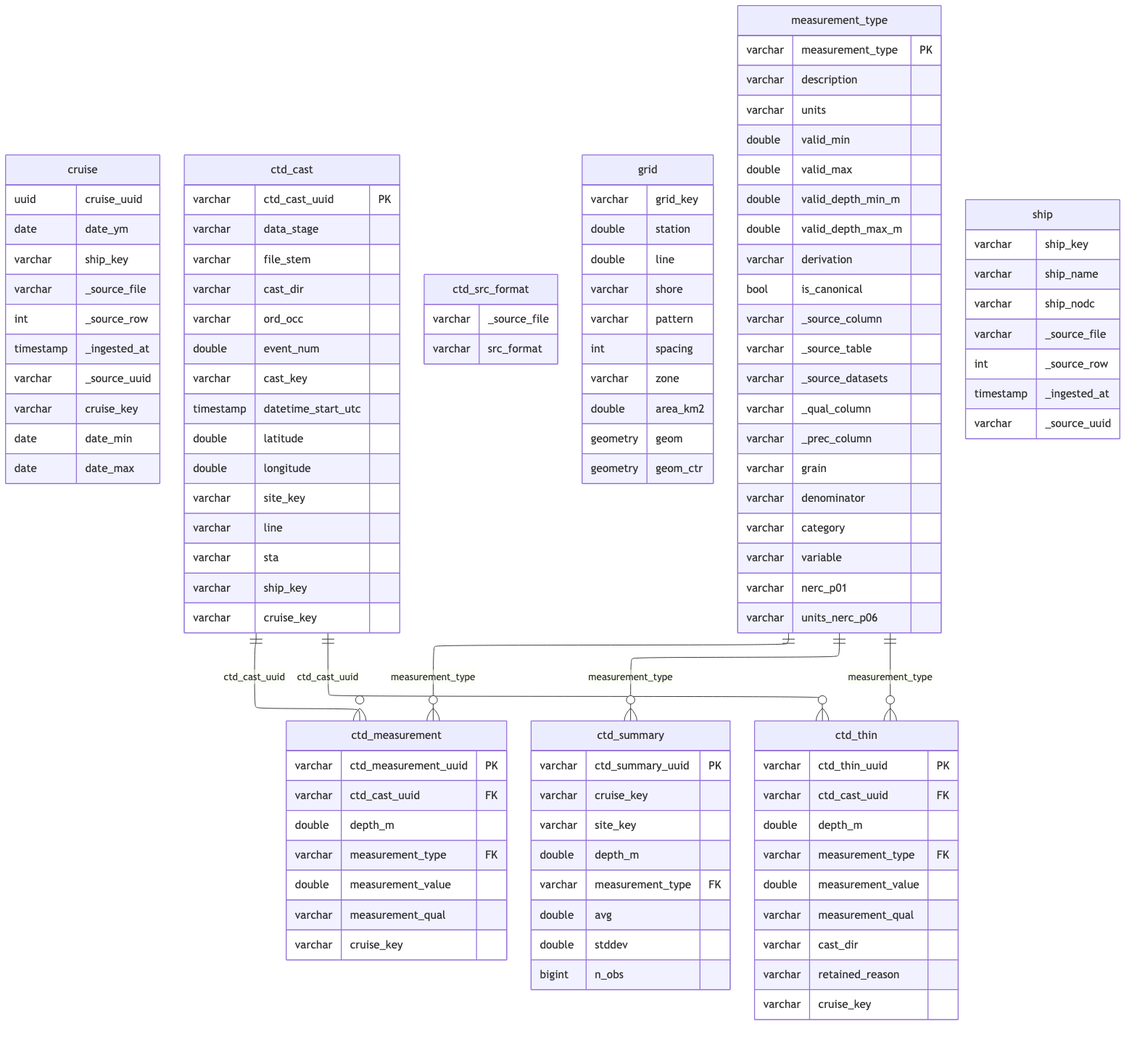
The Mermaid diagram _output/ingest_calcofi_ctd-cast_files/figure-html/schema-1.png in CalCOFI/workflows, before a commit. Its source is kept beside it as _output/ingest_calcofi_ctd-cast_files/figure-html/schema-1.mmd.
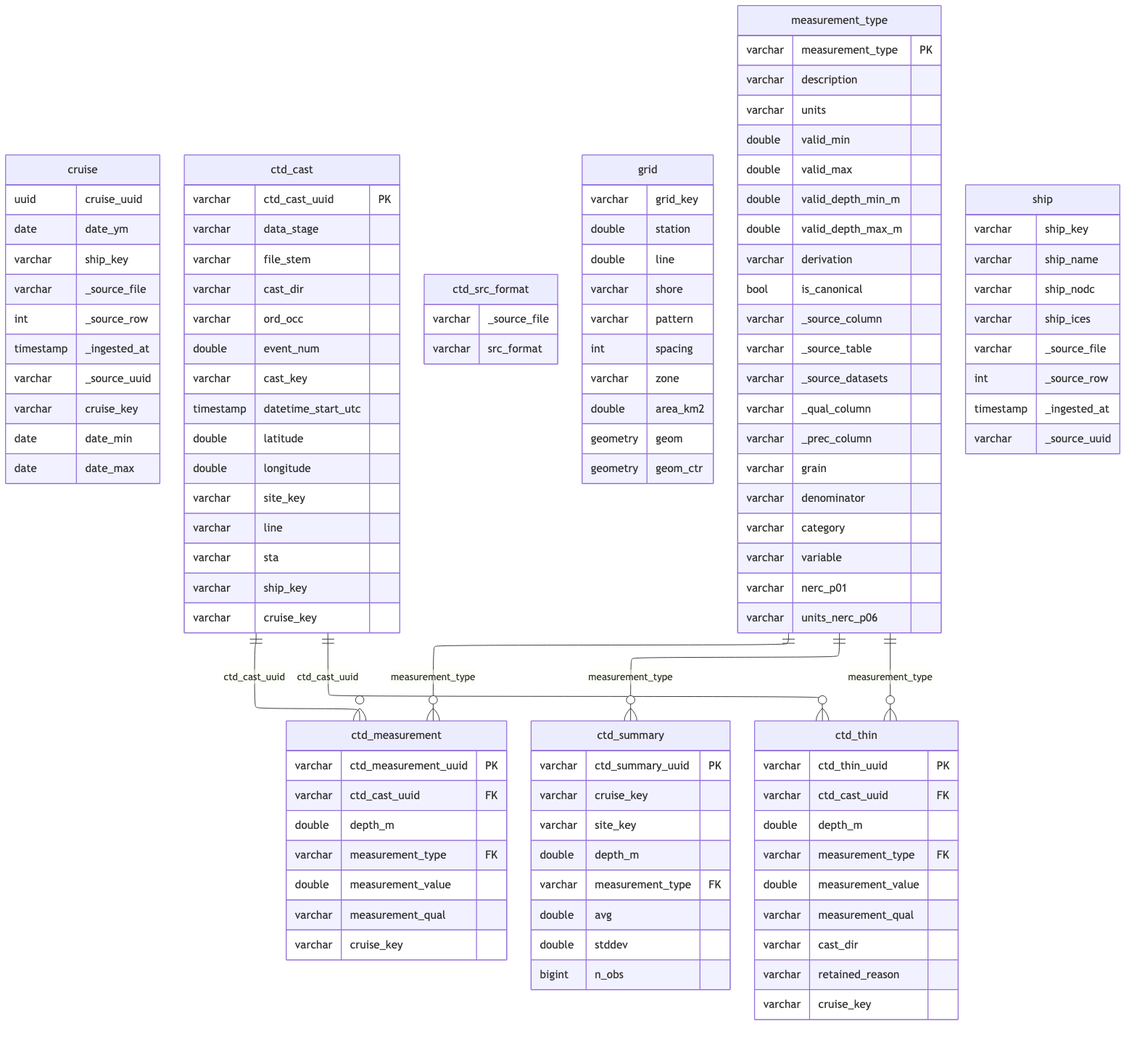
After the commit.

Change to the diagram source:
```diff
@@ -104,6 +104,7 @@
         varchar ship_key
         varchar ship_name
         varchar ship_nodc
+        varchar ship_ices
         varchar _source_file
         int _source_row
         timestamp _ingested_at
```
